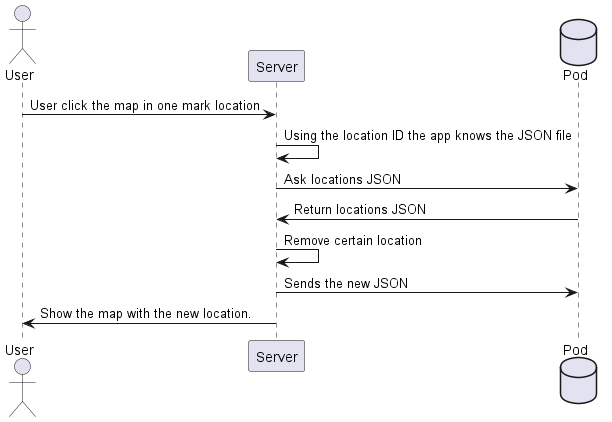
The PlantUML diagram images/Sequence diagram - Editing Saved Locations.png in Arquisoft/lomap_es3a, before a commit.
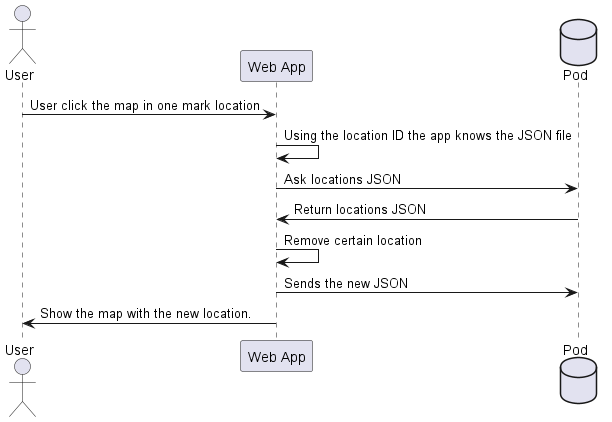
Later version of the same file.

Diff of the diagram source:
```diff
@@ -1,16 +1,16 @@
 @startuml
 
 actor User
-participant Server
+participant "Web App" as W
 database Pod as "Pod"
 
-User-> Server: User click the map in one mark location
+User-> W: User click the map in one mark location
 
-Server -> Server: Using the location ID the app knows the JSON file
-Server ->Pod: Ask locations JSON
-Pod-> Server: Return locations JSON
-Server -> Server: Remove certain location
-Server ->Pod: Sends the new JSON
-Server ->User: Show the map with the new location.
+W -> W: Using the location ID the app knows the JSON file
+W ->Pod: Ask locations JSON
+Pod-> W: Return locations JSON
+W -> W: Remove certain location
+W ->Pod: Sends the new JSON
+W ->User: Show the map with the new location.
 
 @enduml
```
